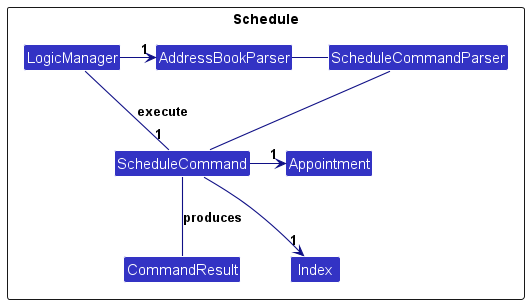
This is docs/images/ScheduleClassDiagram.png from nus-cs2103-AY2324S1/tp, a PlantUML export, as it was before one commit.
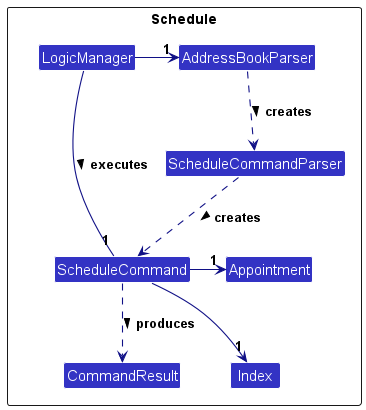
The same file after the commit.

What changed in the source:
```diff
@@ -14,13 +14,13 @@
 Class CommandResult
 
 
-LogicManager -down- "1" ScheduleCommand : execute
+LogicManager -down- "1" ScheduleCommand : executes >
 LogicManager -right-> "1" AddressBookParser
-AddressBookParser --right-- ScheduleCommandParser
+AddressBookParser ..> ScheduleCommandParser : creates >
 ScheduleCommand -right-> "1" Appointment
-ScheduleCommandParser -- ScheduleCommand
+ScheduleCommandParser ..> ScheduleCommand : creates >
 ScheduleCommand -right-> "1" Index
-ScheduleCommand -down- CommandResult : produces
+ScheduleCommand ..down> CommandResult : produces >
 
 
 Appointment -[hidden]down-> Index
```
